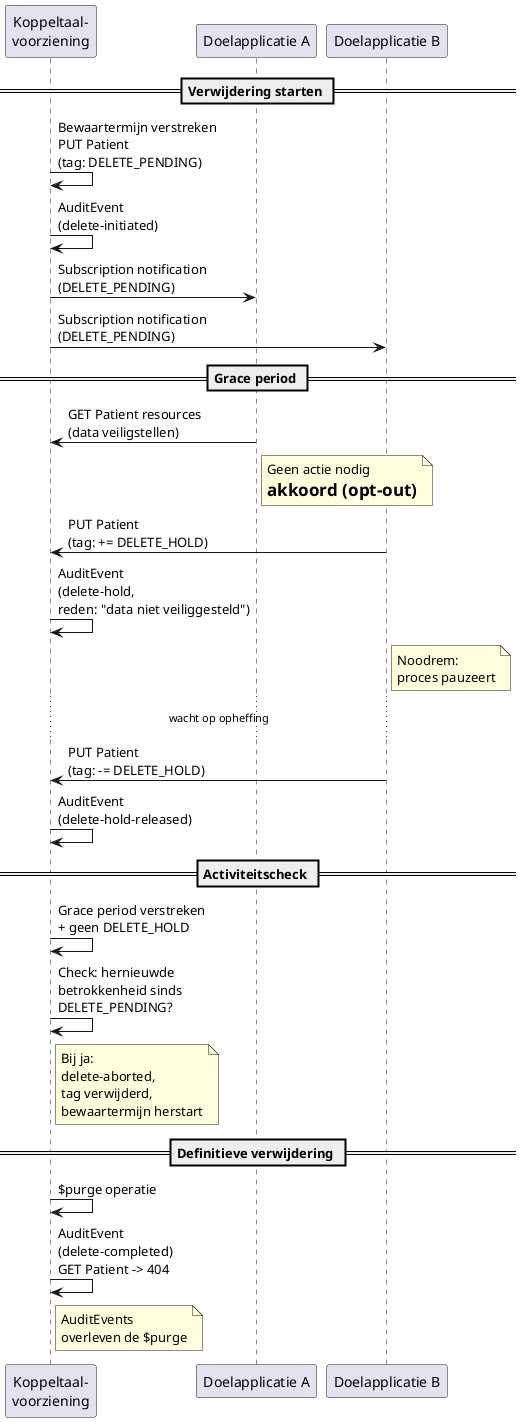
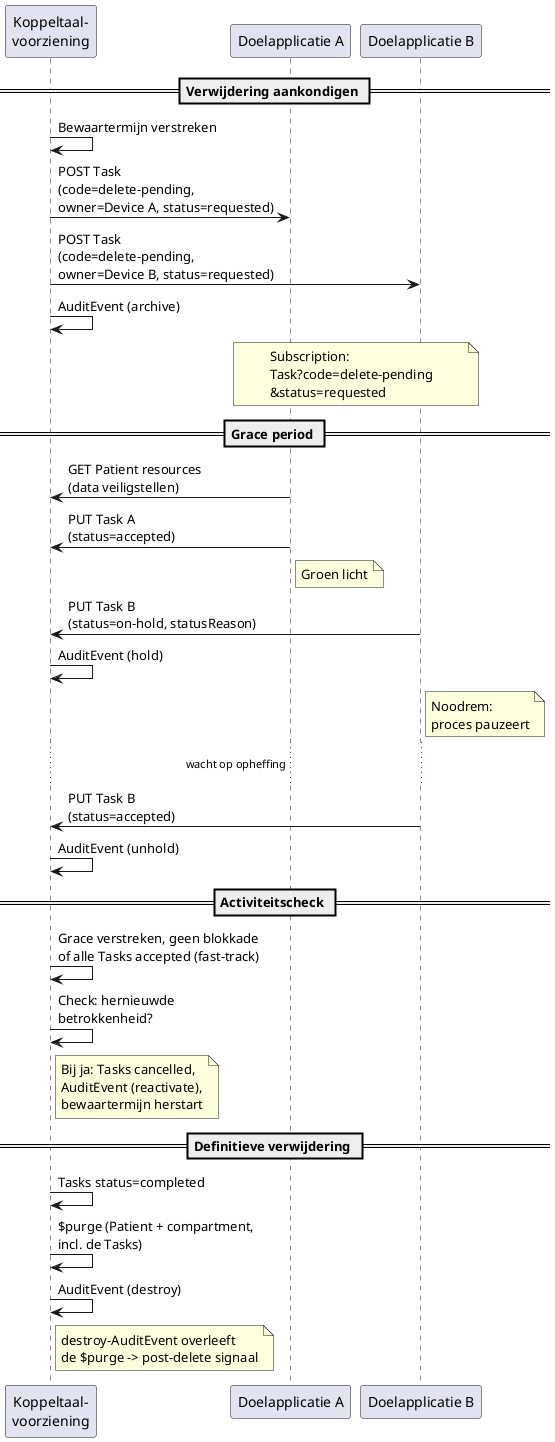
@startuml opschoning-patient-data-interactie

participant "Koppeltaal-\nvoorziening" as KT
participant "Doelapplicatie A" as AppA
participant "Doelapplicatie B" as AppB

- == Verwijdering starten ==
+ == Verwijdering aankondigen ==

- KT -> KT : Bewaartermijn verstreken\nPUT Patient\n(tag: DELETE_PENDING)
- KT -> KT : AuditEvent\n(delete-initiated)
- KT -> AppA : Subscription notification\n(DELETE_PENDING)
- KT -> AppB : Subscription notification\n(DELETE_PENDING)
+ KT -> KT : Bewaartermijn verstreken
+ KT -> AppA : POST Task\n(code=delete-pending,\nowner=Device A, status=requested)
+ KT -> AppB : POST Task\n(code=delete-pending,\nowner=Device B, status=requested)
+ KT -> KT : AuditEvent (archive)
+ note over AppA, AppB : Subscription:\nTask?code=delete-pending\n&status=requested

== Grace period ==

AppA -> KT : GET Patient resources\n(data veiligstellen)
- note right of AppA : Geen actie nodig\n= akkoord (opt-out)
+ AppA -> KT : PUT Task A\n(status=accepted)
+ note right of AppA : Groen licht

- AppB -> KT : PUT Patient\n(tag: += DELETE_HOLD)
- KT -> KT : AuditEvent\n(delete-hold,\nreden: "data niet veiliggesteld")
+ AppB -> KT : PUT Task B\n(status=on-hold, statusReason)
+ KT -> KT : AuditEvent (hold)
note right of AppB : Noodrem:\nproces pauzeert

...wacht op opheffing...

- AppB -> KT : PUT Patient\n(tag: -= DELETE_HOLD)
- KT -> KT : AuditEvent\n(delete-hold-released)
+ AppB -> KT : PUT Task B\n(status=accepted)
+ KT -> KT : AuditEvent (unhold)

== Activiteitscheck ==

- KT -> KT : Grace period verstreken\n+ geen DELETE_HOLD
- KT -> KT : Check: hernieuwde\nbetrokkenheid sinds\nDELETE_PENDING?
- note right of KT : Bij ja:\ndelete-aborted,\ntag verwijderd,\nbewaartermijn herstart
+ KT -> KT : Grace verstreken, geen blokkade\nof alle Tasks accepted (fast-track)
+ KT -> KT : Check: hernieuwde\nbetrokkenheid?
+ note right of KT : Bij ja: Tasks cancelled,\nAuditEvent (reactivate),\nbewaartermijn herstart

== Definitieve verwijdering ==

- KT -> KT : $purge operatie
- KT -> KT : AuditEvent\n(delete-completed)\nGET Patient -> 404
- note right of KT : AuditEvents\noverleven de $purge
+ KT -> KT : Tasks status=completed
+ KT -> KT : $purge (Patient + compartment,\nincl. de Tasks)
+ KT -> KT : AuditEvent (destroy)
+ note right of KT : destroy-AuditEvent overleeft\nde $purge -> post-delete signaal

@enduml
